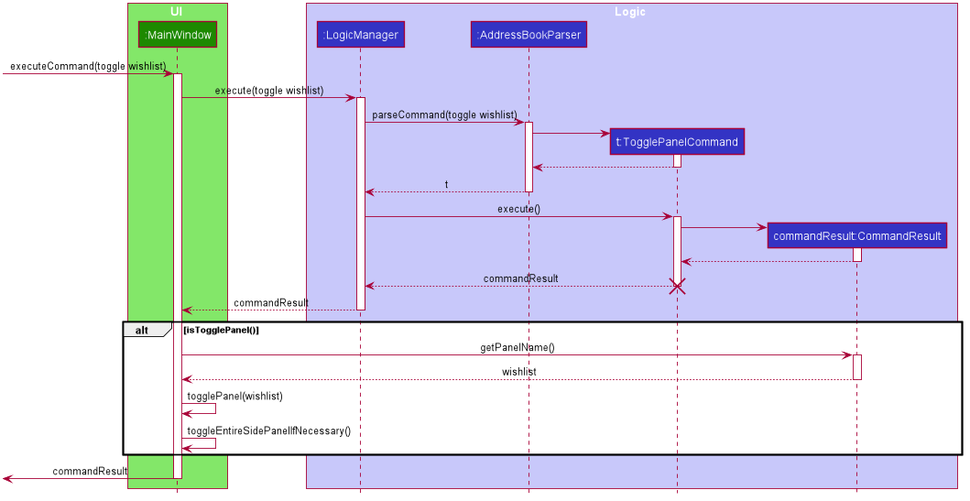
Before: docs/images/ToggleSequenceDiagram.png, a diagram exported from PlantUML (nus-cs2103-AY1920S1/addressbook-level3). The source it was exported from:
```plantuml
@startuml








skinparam BackgroundColor #FFFFFFF

skinparam Shadowing false

skinparam Class {
    FontColor #FFFFFF
    BorderThickness 1
    BorderColor #FFFFFF
    StereotypeFontColor #FFFFFF
    FontName Arial
}

skinparam Actor {
    BorderColor #000000
    Color #000000
    FontName Arial
}

skinparam Sequence {
    MessageAlign center
    BoxFontSize 15
    BoxPadding 0
    BoxFontColor #FFFFFF
    FontName Arial
}

skinparam Participant {
    FontColor #FFFFFFF
    Padding 20
}

skinparam MinClassWidth 50
skinparam ParticipantPadding 10
skinparam Shadowing false
skinparam DefaultTextAlignment center
skinparam packageStyle Rectangle

hide footbox
hide members
hide circle

box UI #83E769
participant ":MainWindow" as MainWindow #1D8900
end box


box Logic #C8C8FA
participant ":LogicManager" as LogicManager #3333C4
participant ":AddressBookParser" as AddressBookParser #3333C4
participant "t:TogglePanelCommand" as TogglePanelCommand #3333C4
participant "commandResult:CommandResult" as CommandResult #3333C4
end box

[-> MainWindow :executeCommand(toggle wishlist)
activate MainWindow

MainWindow -> LogicManager : execute(toggle wishlist)
activate LogicManager

LogicManager -> AddressBookParser : parseCommand(toggle wishlist)
activate AddressBookParser

create TogglePanelCommand
AddressBookParser -> TogglePanelCommand
activate TogglePanelCommand

TogglePanelCommand --> AddressBookParser
deactivate TogglePanelCommand

AddressBookParser --> LogicManager : t
deactivate AddressBookParser

LogicManager -> TogglePanelCommand : execute()
activate TogglePanelCommand

create CommandResult
TogglePanelCommand -> CommandResult
activate CommandResult

CommandResult --> TogglePanelCommand
deactivate CommandResult

TogglePanelCommand --> LogicManager : commandResult
deactivate TogglePanelCommand
destroy TogglePanelCommand

LogicManager --> MainWindow : commandResult
deactivate LogicManager

alt isTogglePanel()

MainWindow -> CommandResult : getPanelName()
activate CommandResult

CommandResult --> MainWindow : wishlist
deactivate CommandResult

MainWindow -> MainWindow : togglePanel(wishlist)

MainWindow -> MainWindow : toggleEntireSidePanelIfNecessary()

end

MainWindow ->[ : commandResult
deactivate MainWindow

@enduml
```
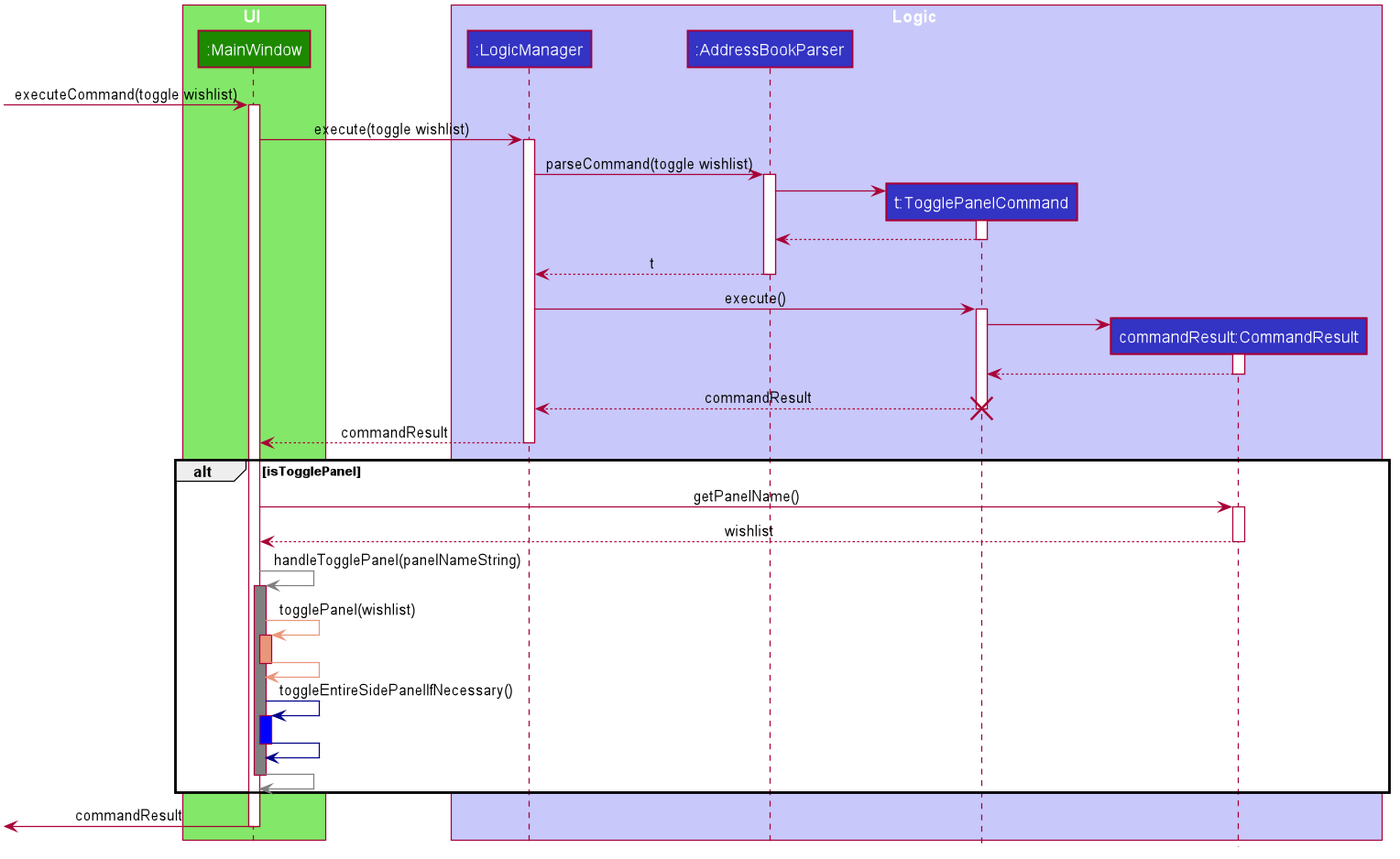
Above is the later version.

Commit message:
Modify DG on Toggle Panel Command

Change to the diagram source:
```diff
@@ -1,4 +1,5 @@
 @startuml
+
 
 
 
@@ -96,7 +97,7 @@
 LogicManager --> MainWindow : commandResult
 deactivate LogicManager
 
-alt isTogglePanel()
+alt isTogglePanel
 
 MainWindow -> CommandResult : getPanelName()
 activate CommandResult
@@ -104,9 +105,23 @@
 CommandResult --> MainWindow : wishlist
 deactivate CommandResult
 
-MainWindow -> MainWindow : togglePanel(wishlist)
+MainWindow -[#Gray]> MainWindow : handleTogglePanel(panelNameString)
+activate MainWindow #Gray
 
-MainWindow -> MainWindow : toggleEntireSidePanelIfNecessary()
+MainWindow -[#DarkSalmon]> MainWindow : togglePanel(wishlist)
+activate MainWindow #DarkSalmon
+
+MainWindow -[#DarkSalmon]> MainWindow
+deactivate MainWindow
+
+MainWindow -[#DarkBlue]> MainWindow : toggleEntireSidePanelIfNecessary()
+activate MainWindow #Blue
+
+MainWindow -[#DarkBlue]> MainWindow
+deactivate MainWindow
+
+MainWindow -[#Gray]> MainWindow
+deactivate MainWindow
 
 end
 
```
